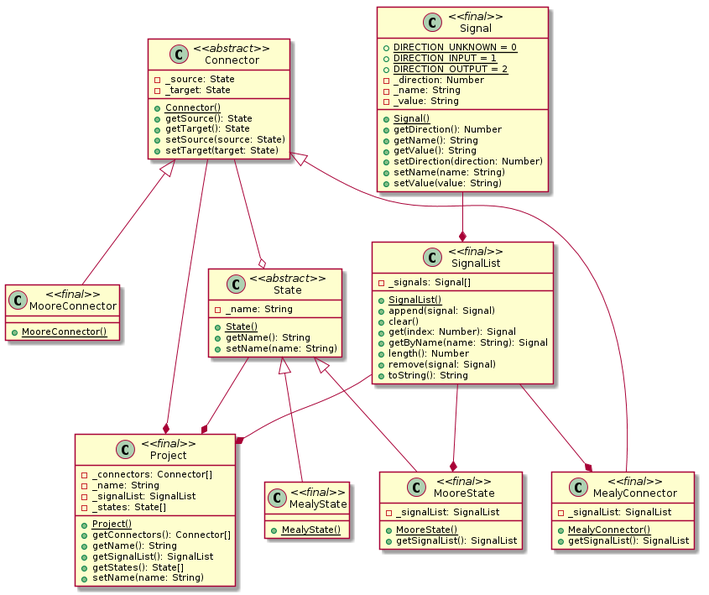
The PlantUML diagram uml/project.png in twoleds/web-logic, before a commit. Source of this version:
```plantuml
@startuml

class Project <<final>> {
    - _connectors: Connector[]
    - _name: String
    - _signalList: SignalList
    - _states: State[]
    + {static} Project()
    + getConnectors(): Connector[]
    + getName(): String
    + getSignalList(): SignalList
    + getStates(): State[]
    + setName(name: String)
}

class State <<abstract>> {
    - _name: String
    + {static} State()
    + getName(): String
    + setName(name: String)
}

class MealyState <<final>> extends State {
    + {static} MealyState()
}

class MooreState <<final>> extends State {
    - _signalList: SignalList
    + {static} MooreState()
    + getSignalList(): SignalList
}

class Connector <<abstract>> {
    - _source: State
    - _target: State
    + {static} Connector()
    + getSource(): State
    + getTarget(): State
    + setSource(source: State)
    + setTarget(target: State)
}

class MealyConnector <<final>> extends Connector {
    - _signalList: SignalList
    + {static} MealyConnector()
    + getSignalList(): SignalList
}

class MooreConnector <<final>> extends Connector {
    + {static} MooreConnector()
}

class SignalList <<final>> {
    - _signals: Signal[]
    + {static} SignalList()
    + append(signal: Signal)
    + clear()
    + get(index: Number): Signal
    + getByName(name: String): Signal
    + length(): Number
    + remove(signal: Signal)
    + toString(): String
}

class Signal <<final>> {
    + {static} DIRECTION_UNKNOWN = 0
    + {static} DIRECTION_INPUT = 1
    + {static} DIRECTION_OUTPUT = 2
    - _direction: Number
    - _name: String
    - _value: String
    + {static} Signal()
    + getDirection(): Number
    + getName(): String
    + getValue(): String
    + setDirection(direction: Number)
    + setName(name: String)
    + setValue(value: String)
}

Connector --* Project
Connector --o State
Signal --* SignalList
SignalList --* MealyConnector
SignalList --* MooreState
SignalList --* Project
State --* Project

@enduml
```
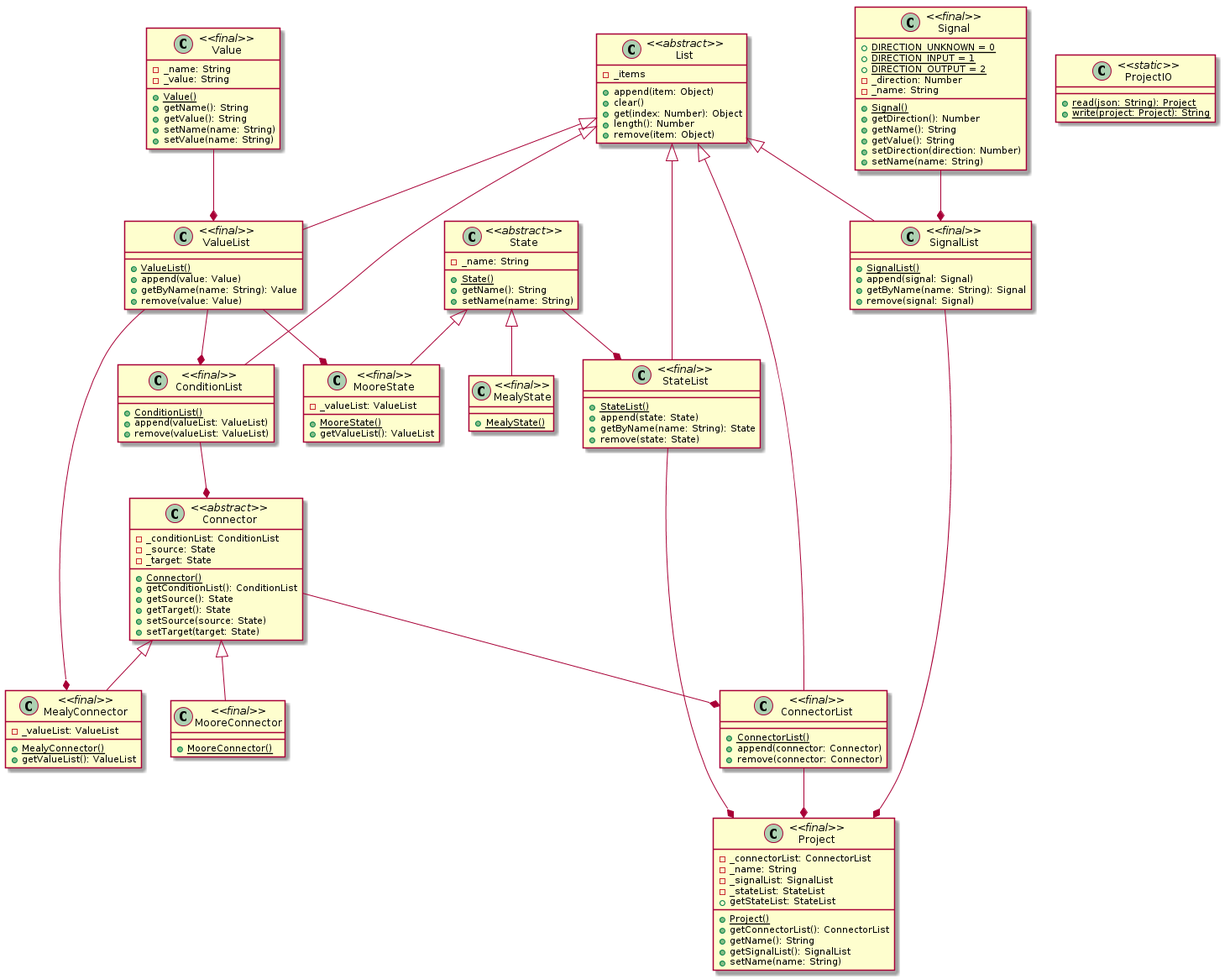
The same file after the commit.

What changed in the source:
```diff
@@ -1,15 +1,15 @@
 @startuml
 
 class Project <<final>> {
-    - _connectors: Connector[]
+    - _connectorList: ConnectorList
     - _name: String
     - _signalList: SignalList
-    - _states: State[]
+    - _stateList: StateList
     + {static} Project()
-    + getConnectors(): Connector[]
+    + getConnectorList(): ConnectorList
     + getName(): String
     + getSignalList(): SignalList
-    + getStates(): State[]
+    + getStateList: StateList
     + setName(name: String)
 }
 
@@ -25,15 +25,17 @@
 }
 
 class MooreState <<final>> extends State {
-    - _signalList: SignalList
+    - _valueList: ValueList
     + {static} MooreState()
-    + getSignalList(): SignalList
+    + getValueList(): ValueList
 }
 
 class Connector <<abstract>> {
+    - _conditionList: ConditionList
     - _source: State
     - _target: State
     + {static} Connector()
+    + getConditionList(): ConditionList
     + getSource(): State
     + getTarget(): State
     + setSource(source: State)
@@ -41,25 +43,20 @@
 }
 
 class MealyConnector <<final>> extends Connector {
-    - _signalList: SignalList
+    - _valueList: ValueList
     + {static} MealyConnector()
-    + getSignalList(): SignalList
+    + getValueList(): ValueList
 }
 
 class MooreConnector <<final>> extends Connector {
     + {static} MooreConnector()
 }
 
-class SignalList <<final>> {
-    - _signals: Signal[]
+class SignalList <<final>> extends List {
     + {static} SignalList()
     + append(signal: Signal)
-    + clear()
-    + get(index: Number): Signal
     + getByName(name: String): Signal
-    + length(): Number
     + remove(signal: Signal)
-    + toString(): String
 }
 
 class Signal <<final>> {
@@ -68,22 +65,74 @@
     + {static} DIRECTION_OUTPUT = 2
     - _direction: Number
     - _name: String
-    - _value: String
     + {static} Signal()
     + getDirection(): Number
     + getName(): String
     + getValue(): String
     + setDirection(direction: Number)
     + setName(name: String)
-    + setValue(value: String)
 }
 
-Connector --* Project
-Connector --o State
+class Value <<final>> {
+    - _name: String
+    - _value: String
+    + {static} Value()
+    + getName(): String
+    + getValue(): String
+    + setName(name: String)
+    + setValue(name: String)
+}
+
+class List <<abstract>> {
+    - _items
+    + append(item: Object)
+    + clear()
+    + get(index: Number): Object
+    + length(): Number
+    + remove(item: Object)
+}
+
+class ValueList <<final>> extends List {
+    + {static} ValueList()
+    + append(value: Value)
+    + getByName(name: String): Value
+    + remove(value: Value)
+}
+
+class ProjectIO <<static>> {
+    + {static} read(json: String): Project
+    + {static} write(project: Project): String
+}
+
+class ConnectorList <<final>> extends List {
+    + {static} ConnectorList()
+    + append(connector: Connector)
+    + remove(connector: Connector)
+}
+
+class ConditionList <<final>> extends List {
+    + {static} ConditionList()
+    + append(valueList: ValueList)
+    + remove(valueList: ValueList)
+}
+
+class StateList <<final>> extends List {
+    + {static} StateList()
+    + append(state: State)
+    + getByName(name: String): State
+    + remove(state: State)
+}
+
+ConnectorList --* Project
+Connector --* ConnectorList
+StateList --* Project
+State --* StateList
+SignalList --* Project
 Signal --* SignalList
-SignalList --* MealyConnector
-SignalList --* MooreState
-SignalList --* Project
-State --* Project
+ConditionList --* Connector
+ValueList --* ConditionList
+ValueList --* MealyConnector
+ValueList --* MooreState
+Value --* ValueList
 
 @enduml
```
